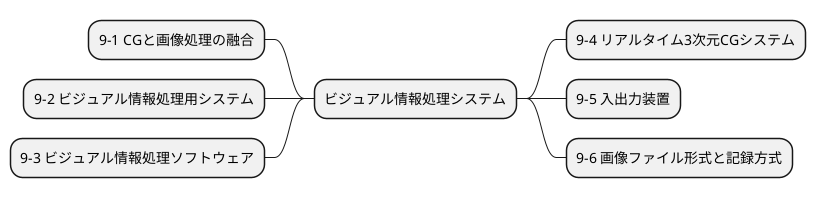
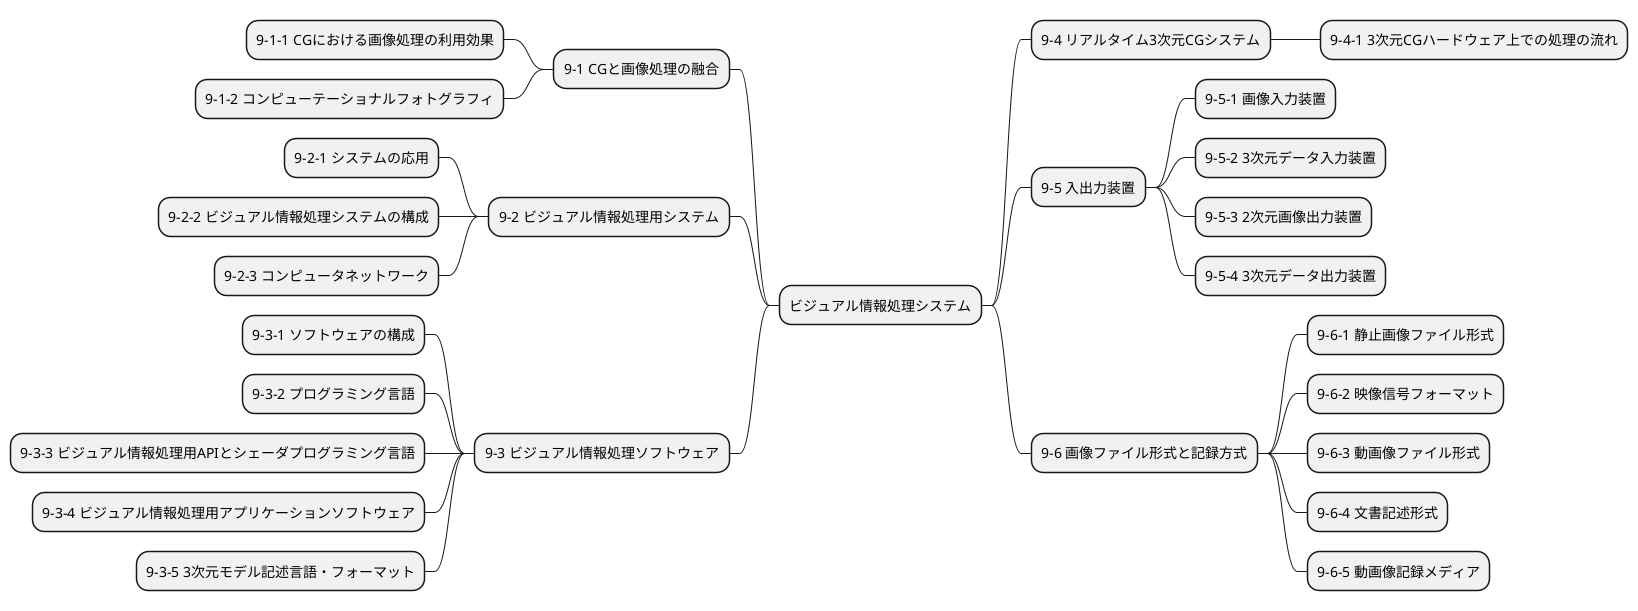
@startmindmap img_proc_basic_09
+ ビジュアル情報処理システム
-- 9-1 CGと画像処理の融合
+ --- 9-1-1 CGにおける画像処理の利用効果
+ --- 9-1-2 コンピューテーショナルフォトグラフィ
-- 9-2 ビジュアル情報処理用システム
+ --- 9-2-1 システムの応用
+ --- 9-2-2 ビジュアル情報処理システムの構成
+ --- 9-2-3 コンピュータネットワーク
-- 9-3 ビジュアル情報処理ソフトウェア
+ --- 9-3-1 ソフトウェアの構成
+ --- 9-3-2 プログラミング言語
+ --- 9-3-3 ビジュアル情報処理用APIとシェーダプログラミング言語
+ --- 9-3-4 ビジュアル情報処理用アプリケーションソフトウェア
+ --- 9-3-5 3次元モデル記述言語・フォーマット
++ 9-4 リアルタイム3次元CGシステム
+ +++ 9-4-1 3次元CGハードウェア上での処理の流れ
++ 9-5 入出力装置
+ +++ 9-5-1 画像入力装置
+ +++ 9-5-2 3次元データ入力装置
+ +++ 9-5-3 2次元画像出力装置
+ +++ 9-5-4 3次元データ出力装置
++ 9-6 画像ファイル形式と記録方式
+ +++ 9-6-1 静止画像ファイル形式
+ +++ 9-6-2 映像信号フォーマット
+ +++ 9-6-3 動画像ファイル形式
+ +++ 9-6-4 文書記述形式
+ +++ 9-6-5 動画像記録メディア
@endmindmap
